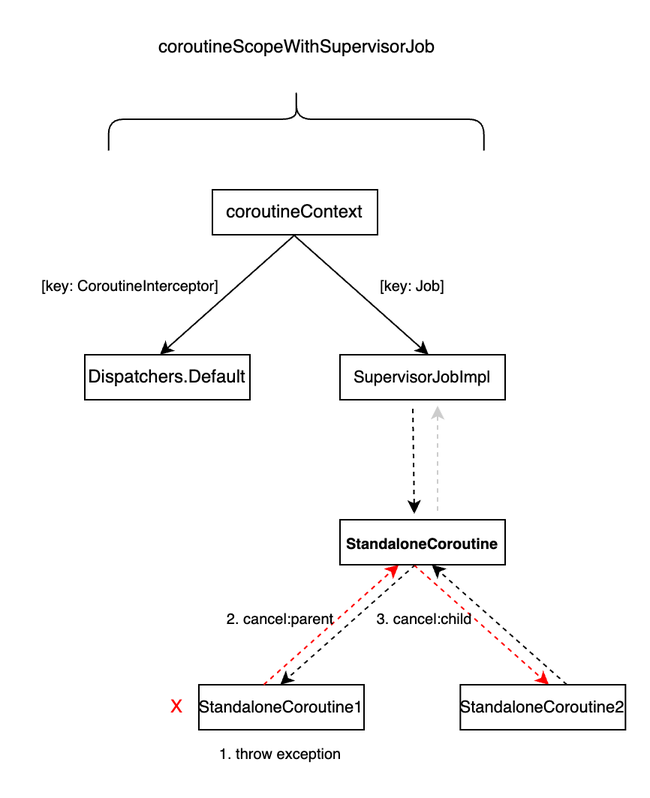
Before: Supervisor-wrong.drawio.png, a diagram exported from draw.io (chdhy/ImageHosting). Source tidied: cells renumbered, new cells last; positions are measured from the earlier drawing's top-left corner, leaving out a move shared by most shapes.
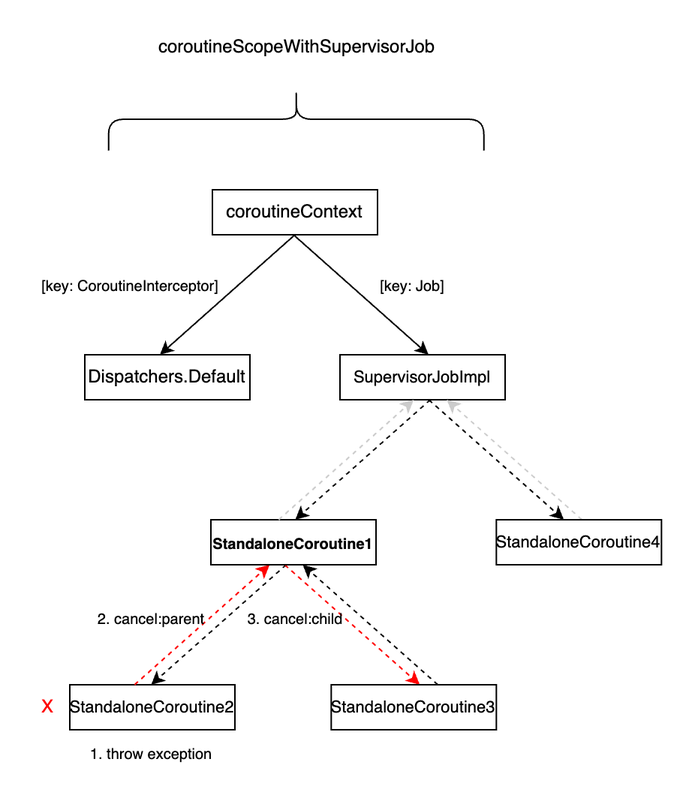
The same diagram one commit later.

What changed in the source:
```diff
@@ -2,47 +2,47 @@
   <root>
     <mxCell id="0" />
     <mxCell id="1" parent="0" />
-    <mxCell id="2" value="StandaloneCoroutine1" style="rounded=0;whiteSpace=wrap;html=1;fontSize=11;" parent="1" vertex="1">
-      <mxGeometry x="116" y="440" width="110" height="30" as="geometry" />
+    <mxCell id="2" value="StandaloneCoroutine2" style="rounded=0;whiteSpace=wrap;html=1;fontSize=11;" parent="1" vertex="1">
+      <mxGeometry x="30" y="440" width="110" height="30" as="geometry" />
     </mxCell>
     <mxCell id="3" style="endArrow=classic;html=1;rounded=0;dashed=1;" parent="1" edge="1">
       <mxGeometry relative="1" as="geometry">
-        <mxPoint x="260.2" y="360" as="sourcePoint" />
-        <mxPoint x="170.2" y="440" as="targetPoint" />
+        <mxPoint x="174.2" y="360" as="sourcePoint" />
+        <mxPoint x="84.2" y="440" as="targetPoint" />
       </mxGeometry>
     </mxCell>
     <mxCell id="4" style="endArrow=classic;html=1;rounded=0;fontColor=#FF0000;strokeColor=#FF0000;dashed=1;" parent="1" edge="1">
       <mxGeometry relative="1" as="geometry">
-        <mxPoint x="159.2" y="440" as="sourcePoint" />
-        <mxPoint x="249.2" y="360" as="targetPoint" />
+        <mxPoint x="73.2" y="440" as="sourcePoint" />
+        <mxPoint x="163.2" y="360" as="targetPoint" />
       </mxGeometry>
     </mxCell>
     <mxCell id="5" value="2. cancel:parent" style="text;html=1;align=center;verticalAlign=middle;strokeColor=none;fillColor=none;fontSize=10;" parent="1" vertex="1">
-      <mxGeometry x="125.2" y="380" width="90" height="30" as="geometry" />
+      <mxGeometry x="39.2" y="380" width="90" height="30" as="geometry" />
     </mxCell>
     <mxCell id="6" style="endArrow=classic;html=1;rounded=0;strokeColor=#FF0000;dashed=1;" parent="1" edge="1">
       <mxGeometry relative="1" as="geometry">
-        <mxPoint x="259.2" y="360" as="sourcePoint" />
-        <mxPoint x="349.2" y="440" as="targetPoint" />
+        <mxPoint x="173.2" y="360" as="sourcePoint" />
+        <mxPoint x="263.2" y="440" as="targetPoint" />
       </mxGeometry>
     </mxCell>
     <mxCell id="7" value="3. cancel:child" style="text;html=1;align=center;verticalAlign=middle;strokeColor=none;fillColor=none;fontSize=10;" parent="1" vertex="1">
-      <mxGeometry x="221" y="380" width="90" height="30" as="geometry" />
+      <mxGeometry x="135" y="380" width="90" height="30" as="geometry" />
     </mxCell>
     <mxCell id="8" style="endArrow=classic;html=1;rounded=0;dashed=1;" parent="1" edge="1">
       <mxGeometry relative="1" as="geometry">
-        <mxPoint x="361.2" y="440" as="sourcePoint" />
-        <mxPoint x="271.2" y="360" as="targetPoint" />
+        <mxPoint x="275.2" y="440" as="sourcePoint" />
+        <mxPoint x="185.2" y="360" as="targetPoint" />
       </mxGeometry>
     </mxCell>
-    <mxCell id="9" value="StandaloneCoroutine2" style="rounded=0;whiteSpace=wrap;html=1;fontSize=11;" parent="1" vertex="1">
-      <mxGeometry x="290.2" y="440" width="110" height="30" as="geometry" />
+    <mxCell id="9" value="StandaloneCoroutine3" style="rounded=0;whiteSpace=wrap;html=1;fontSize=11;" parent="1" vertex="1">
+      <mxGeometry x="204.2" y="440" width="110" height="30" as="geometry" />
     </mxCell>
     <mxCell id="10" value="X" style="text;html=1;align=center;verticalAlign=middle;strokeColor=none;fillColor=none;fontColor=#FF0000;" parent="1" vertex="1">
-      <mxGeometry x="86" y="440" width="30" height="30" as="geometry" />
+      <mxGeometry y="440" width="30" height="30" as="geometry" />
     </mxCell>
     <mxCell id="11" value="1. throw exception" style="text;html=1;align=center;verticalAlign=middle;strokeColor=none;fillColor=none;fontSize=10;" parent="1" vertex="1">
-      <mxGeometry x="120.2" y="470" width="100" height="30" as="geometry" />
+      <mxGeometry x="34.2" y="470" width="100" height="30" as="geometry" />
     </mxCell>
     <mxCell id="12" style="shape=curlyBracket;whiteSpace=wrap;html=1;rounded=1;labelPosition=left;verticalLabelPosition=middle;align=right;verticalAlign=middle;direction=south;" parent="1" vertex="1">
       <mxGeometry x="55.8" y="42.2" width="250" height="41.7" as="geometry" />
@@ -68,8 +68,8 @@
     <mxCell id="17" value="SupervisorJobImpl" style="rounded=0;whiteSpace=wrap;html=1;fontStyle=0;fontSize=11;" parent="1" vertex="1">
       <mxGeometry x="210" y="220" width="110" height="30" as="geometry" />
     </mxCell>
-    <mxCell id="18" value="StandaloneCoroutine" style="rounded=0;whiteSpace=wrap;html=1;fontSize=10;fontStyle=1;" parent="1" vertex="1">
-      <mxGeometry x="210" y="330" width="110" height="30" as="geometry" />
+    <mxCell id="18" value="StandaloneCoroutine1" style="rounded=0;whiteSpace=wrap;html=1;fontSize=10;fontStyle=1;" parent="1" vertex="1">
+      <mxGeometry x="124" y="330" width="110" height="30" as="geometry" />
     </mxCell>
     <mxCell id="19" value="[key: CoroutineInterceptor]" style="text;html=1;align=center;verticalAlign=middle;strokeColor=none;fillColor=none;fontSize=10;" parent="1" vertex="1">
       <mxGeometry y="158" width="140" height="30" as="geometry" />
@@ -77,20 +77,35 @@
     <mxCell id="20" value="[key: Job]" style="text;html=1;align=center;verticalAlign=middle;strokeColor=none;fillColor=none;fontSize=10;" parent="1" vertex="1">
       <mxGeometry x="223" y="158" width="70" height="30" as="geometry" />
     </mxCell>
-    <mxCell id="21" style="endArrow=classic;html=1;rounded=0;strokeColor=#000000;dashed=1;" parent="1" edge="1">
-      <mxGeometry relative="1" as="geometry">
-        <mxPoint x="258.5" y="256" as="sourcePoint" />
-        <mxPoint x="259.5" y="326" as="targetPoint" />
-      </mxGeometry>
-    </mxCell>
-    <mxCell id="22" style="endArrow=classic;html=1;rounded=0;dashed=1;strokeColor=#CCCCCC;" parent="1" edge="1">
-      <mxGeometry relative="1" as="geometry">
-        <mxPoint x="275" y="324" as="sourcePoint" />
-        <mxPoint x="275" y="254" as="targetPoint" />
-      </mxGeometry>
-    </mxCell>
     <mxCell id="23" value="coroutineContext" style="rounded=0;whiteSpace=wrap;html=1;" parent="1" vertex="1">
       <mxGeometry x="125" y="110" width="110" height="30" as="geometry" />
     </mxCell>
+    <mxCell id="24" style="endArrow=classic;html=1;rounded=0;dashed=1;" parent="1" edge="1">
+      <mxGeometry relative="1" as="geometry">
+        <mxPoint x="270.2" y="250" as="sourcePoint" />
+        <mxPoint x="180.2" y="330" as="targetPoint" />
+      </mxGeometry>
+    </mxCell>
+    <mxCell id="25" style="endArrow=classic;html=1;rounded=0;fontColor=#CCCCCC;strokeColor=#CCCCCC;dashed=1;" parent="1" edge="1">
+      <mxGeometry relative="1" as="geometry">
+        <mxPoint x="169.2" y="330" as="sourcePoint" />
+        <mxPoint x="259.2" y="250" as="targetPoint" />
+      </mxGeometry>
+    </mxCell>
+    <mxCell id="26" style="endArrow=classic;html=1;rounded=0;strokeColor=#000000;dashed=1;" parent="1" edge="1">
+      <mxGeometry relative="1" as="geometry">
+        <mxPoint x="269.2" y="250" as="sourcePoint" />
+        <mxPoint x="359.2" y="330" as="targetPoint" />
+      </mxGeometry>
+    </mxCell>
+    <mxCell id="27" style="endArrow=classic;html=1;rounded=0;dashed=1;strokeColor=#CCCCCC;" parent="1" edge="1">
+      <mxGeometry relative="1" as="geometry">
+        <mxPoint x="371.2" y="330" as="sourcePoint" />
+        <mxPoint x="281.2" y="250" as="targetPoint" />
+      </mxGeometry>
+    </mxCell>
+    <mxCell id="28" value="StandaloneCoroutine4" style="rounded=0;whiteSpace=wrap;html=1;fontSize=11;" parent="1" vertex="1">
+      <mxGeometry x="314.2" y="330" width="110" height="30" as="geometry" />
+    </mxCell>
   </root>
 </mxGraphModel>
```
